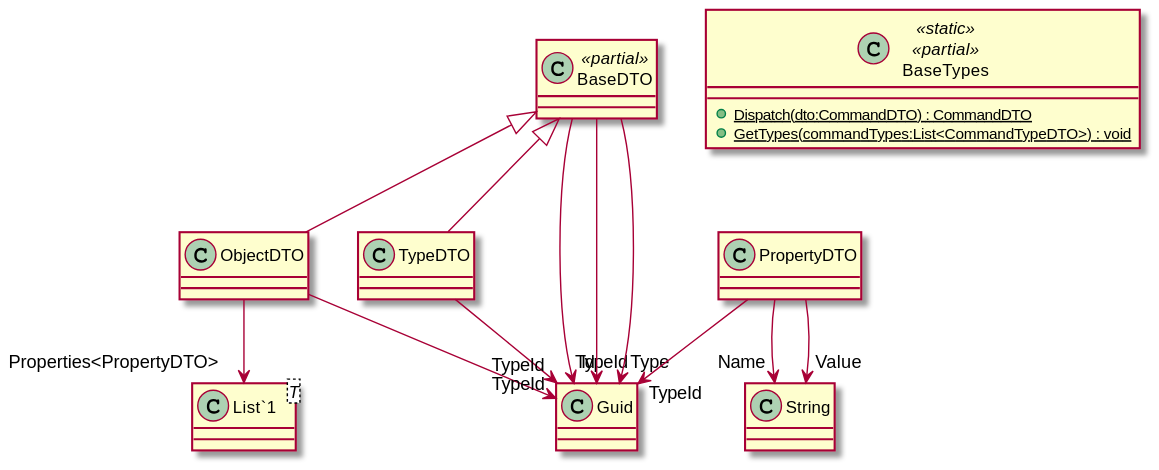
kokolorix/wEBcMD keeps this PlantUML diagram as wEBcMD/Doc/Types/cs/BaseTypes.svg. Above is the earlier version.
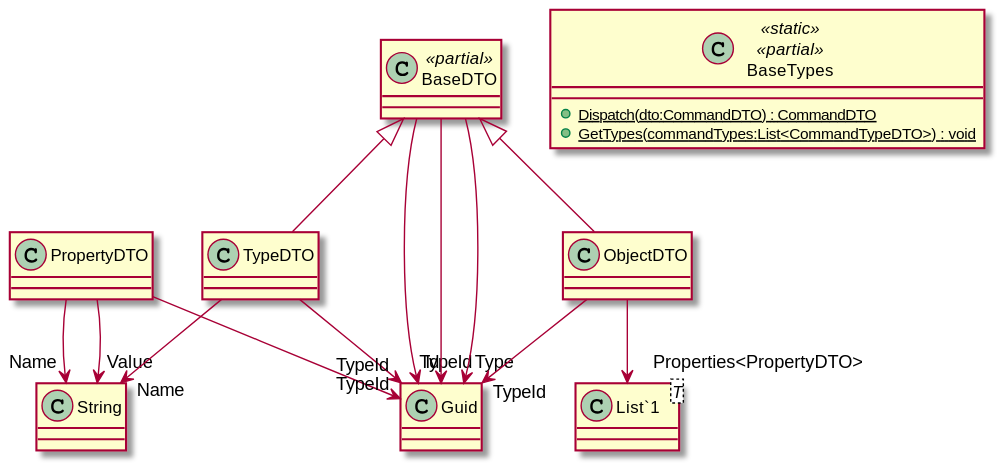
After the change.

What changed in the source:
```diff
@@ -26,4 +26,5 @@
 ObjectDTO --> "Properties<PropertyDTO>" "List`1"
 BaseDTO <|-- TypeDTO
 TypeDTO --> "TypeId" Guid
+TypeDTO --> "Name" String
 @enduml
```
